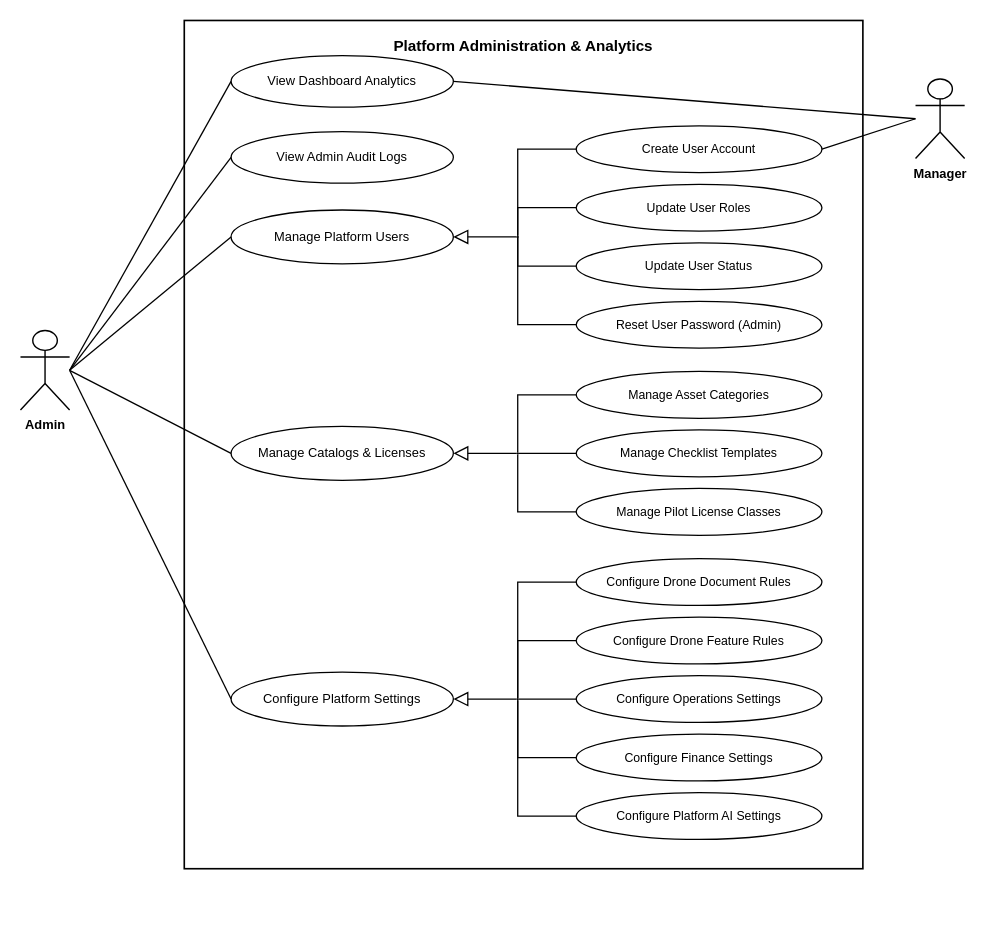
Above: page "UC-5 Platform Administration" (5 of 5) of diagrams/smartdrone-use-case-diagrams.drawio in tungbach12/SmartDroneInspection-Docs (draw.io), before the change. Source tidied: cells renumbered, new cells numbered last; positions are measured from the earlier drawing's top-left corner, leaving out a move shared by most shapes. Both pictures are drawn from the tidied source at 117%, with x=0, y=0 at pixel (20, 20).
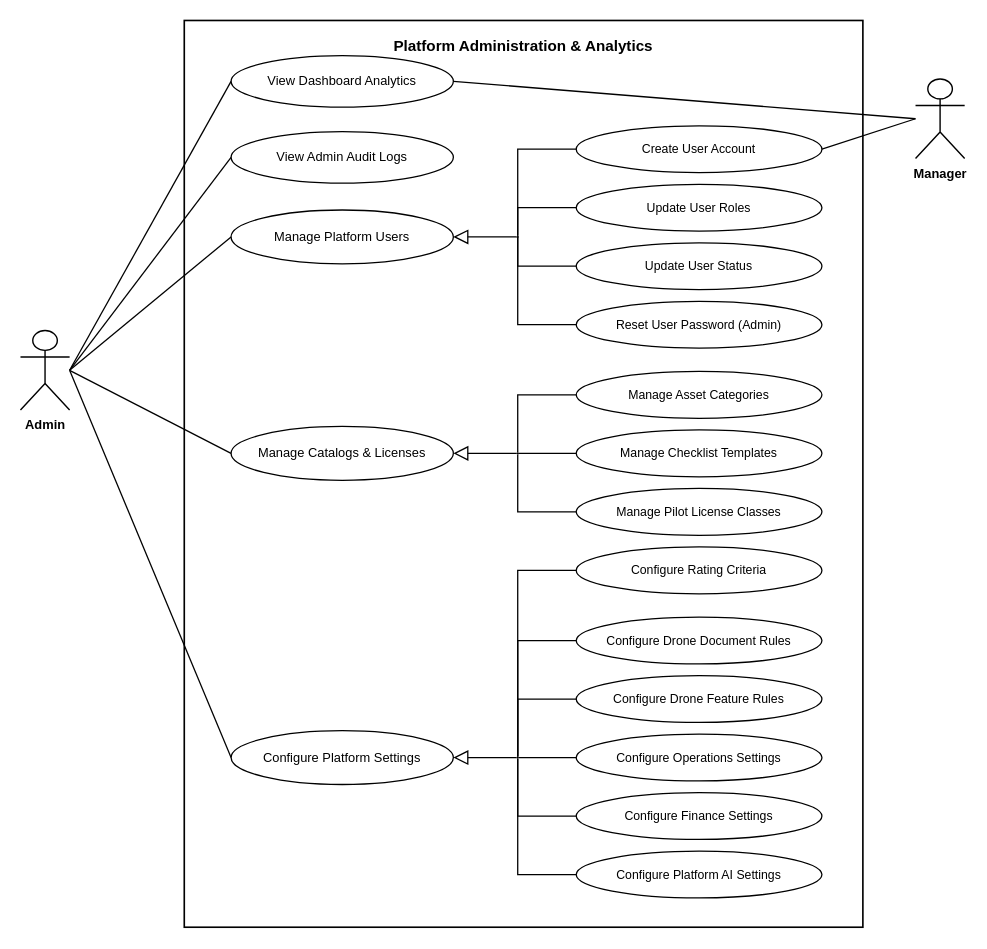
After the change.

Change to the diagram source:
```diff
@@
     <mxCell id="2" value="Platform Administration &amp; Analytics" style="rounded=0;whiteSpace=wrap;html=1;fillColor=none;strokeColor=#000000;strokeWidth=1.4;fontColor=#000000;fontStyle=1;fontSize=13;fontFamily=Helvetica;verticalAlign=top;align=center;spacingTop=8;" parent="1" vertex="1">
-      <mxGeometry x="140" width="580" height="725" as="geometry" />
+      <mxGeometry x="140" width="580" height="775" as="geometry" />
     </mxCell>
@@
     <mxCell id="9" value="Configure Platform Settings" style="ellipse;whiteSpace=wrap;html=1;fillColor=#FFFFFF;strokeColor=#000000;strokeWidth=1.1;fontColor=#000000;fontSize=11;fontFamily=Helvetica;align=center;verticalAlign=middle;" parent="1" vertex="1">
-      <mxGeometry x="180" y="557" width="190" height="46" as="geometry" />
+      <mxGeometry x="180" y="607" width="190" height="46" as="geometry" />
     </mxCell>
@@
     <mxCell id="12" style="ellipse;whiteSpace=wrap;html=1;fillColor=#000000;strokeColor=none;" parent="1" vertex="1">
-      <mxGeometry x="424" y="579" width="2" height="2" as="geometry" />
+      <mxGeometry x="424" y="629" width="2" height="2" as="geometry" />
     </mxCell>
@@
+    <mxCell id="47" value="Configure Rating Criteria" style="ellipse;whiteSpace=wrap;html=1;fillColor=#FFFFFF;strokeColor=#000000;strokeWidth=1.1;fontColor=#000000;fontSize=10.5;fontFamily=Helvetica;align=center;verticalAlign=middle;" parent="1" vertex="1">
+      <mxGeometry x="475" y="450" width="210" height="40" as="geometry" />
+    </mxCell>
     <mxCell id="20" value="Configure Drone Document Rules" style="ellipse;whiteSpace=wrap;html=1;fillColor=#FFFFFF;strokeColor=#000000;strokeWidth=1.1;fontColor=#000000;fontSize=10.5;fontFamily=Helvetica;align=center;verticalAlign=middle;" parent="1" vertex="1">
-      <mxGeometry x="475" y="460" width="210" height="40" as="geometry" />
+      <mxGeometry x="475" y="510" width="210" height="40" as="geometry" />
     </mxCell>
     <mxCell id="21" value="Configure Drone Feature Rules" style="ellipse;whiteSpace=wrap;html=1;fillColor=#FFFFFF;strokeColor=#000000;strokeWidth=1.1;fontColor=#000000;fontSize=10.5;fontFamily=Helvetica;align=center;verticalAlign=middle;" parent="1" vertex="1">
-      <mxGeometry x="475" y="510" width="210" height="40" as="geometry" />
+      <mxGeometry x="475" y="560" width="210" height="40" as="geometry" />
     </mxCell>
     <mxCell id="22" value="Configure Operations Settings" style="ellipse;whiteSpace=wrap;html=1;fillColor=#FFFFFF;strokeColor=#000000;strokeWidth=1.1;fontColor=#000000;fontSize=10.5;fontFamily=Helvetica;align=center;verticalAlign=middle;" parent="1" vertex="1">
-      <mxGeometry x="475" y="560" width="210" height="40" as="geometry" />
+      <mxGeometry x="475" y="610" width="210" height="40" as="geometry" />
     </mxCell>
     <mxCell id="23" value="Configure Finance Settings" style="ellipse;whiteSpace=wrap;html=1;fillColor=#FFFFFF;strokeColor=#000000;strokeWidth=1.1;fontColor=#000000;fontSize=10.5;fontFamily=Helvetica;align=center;verticalAlign=middle;" parent="1" vertex="1">
-      <mxGeometry x="475" y="610" width="210" height="40" as="geometry" />
+      <mxGeometry x="475" y="660" width="210" height="40" as="geometry" />
     </mxCell>
     <mxCell id="24" value="Configure Platform AI Settings" style="ellipse;whiteSpace=wrap;html=1;fillColor=#FFFFFF;strokeColor=#000000;strokeWidth=1.1;fontColor=#000000;fontSize=10.5;fontFamily=Helvetica;align=center;verticalAlign=middle;" parent="1" vertex="1">
-      <mxGeometry x="475" y="660" width="210" height="40" as="geometry" />
+      <mxGeometry x="475" y="710" width="210" height="40" as="geometry" />
     </mxCell>
@@
+    <mxCell id="48" style="edgeStyle=orthogonalEdgeStyle;rounded=0;html=1;strokeColor=#000000;strokeWidth=1.1;endArrow=none;exitX=0;exitY=0.5;" parent="1" edge="1" source="47" target="12">
+      <mxGeometry relative="1" as="geometry">
+        <Array as="points">
+          <mxPoint x="425" y="470" />
+        </Array>
+      </mxGeometry>
+    </mxCell>
     <mxCell id="42" style="edgeStyle=orthogonalEdgeStyle;rounded=0;html=1;strokeColor=#000000;strokeWidth=1.1;endArrow=none;exitX=0;exitY=0.5;" parent="1" edge="1" source="20" target="12">
       <mxGeometry relative="1" as="geometry">
         <Array as="points">
-          <mxPoint x="425" y="480" />
+          <mxPoint x="425" y="530" />
         </Array>
       </mxGeometry>
     </mxCell>
     <mxCell id="43" style="edgeStyle=orthogonalEdgeStyle;rounded=0;html=1;strokeColor=#000000;strokeWidth=1.1;endArrow=none;exitX=0;exitY=0.5;" parent="1" edge="1" source="21" target="12">
       <mxGeometry relative="1" as="geometry">
         <Array as="points">
-          <mxPoint x="425" y="530" />
+          <mxPoint x="425" y="580" />
         </Array>
       </mxGeometry>
     </mxCell>
     <mxCell id="44" style="edgeStyle=orthogonalEdgeStyle;rounded=0;html=1;strokeColor=#000000;strokeWidth=1.1;endArrow=none;exitX=0;exitY=0.5;" parent="1" edge="1" source="22" target="12">
       <mxGeometry relative="1" as="geometry">
         <Array as="points">
-          <mxPoint x="425" y="580" />
+          <mxPoint x="425" y="630" />
         </Array>
       </mxGeometry>
     </mxCell>
     <mxCell id="45" style="edgeStyle=orthogonalEdgeStyle;rounded=0;html=1;strokeColor=#000000;strokeWidth=1.1;endArrow=none;exitX=0;exitY=0.5;" parent="1" edge="1" source="23" target="12">
       <mxGeometry relative="1" as="geometry">
         <Array as="points">
-          <mxPoint x="425" y="630" />
+          <mxPoint x="425" y="680" />
         </Array>
       </mxGeometry>
     </mxCell>
     <mxCell id="46" style="edgeStyle=orthogonalEdgeStyle;rounded=0;html=1;strokeColor=#000000;strokeWidth=1.1;endArrow=none;exitX=0;exitY=0.5;" parent="1" edge="1" source="24" target="12">
       <mxGeometry relative="1" as="geometry">
         <Array as="points">
-          <mxPoint x="425" y="680" />
+          <mxPoint x="425" y="730" />
         </Array>
       </mxGeometry>
     </mxCell>
```
